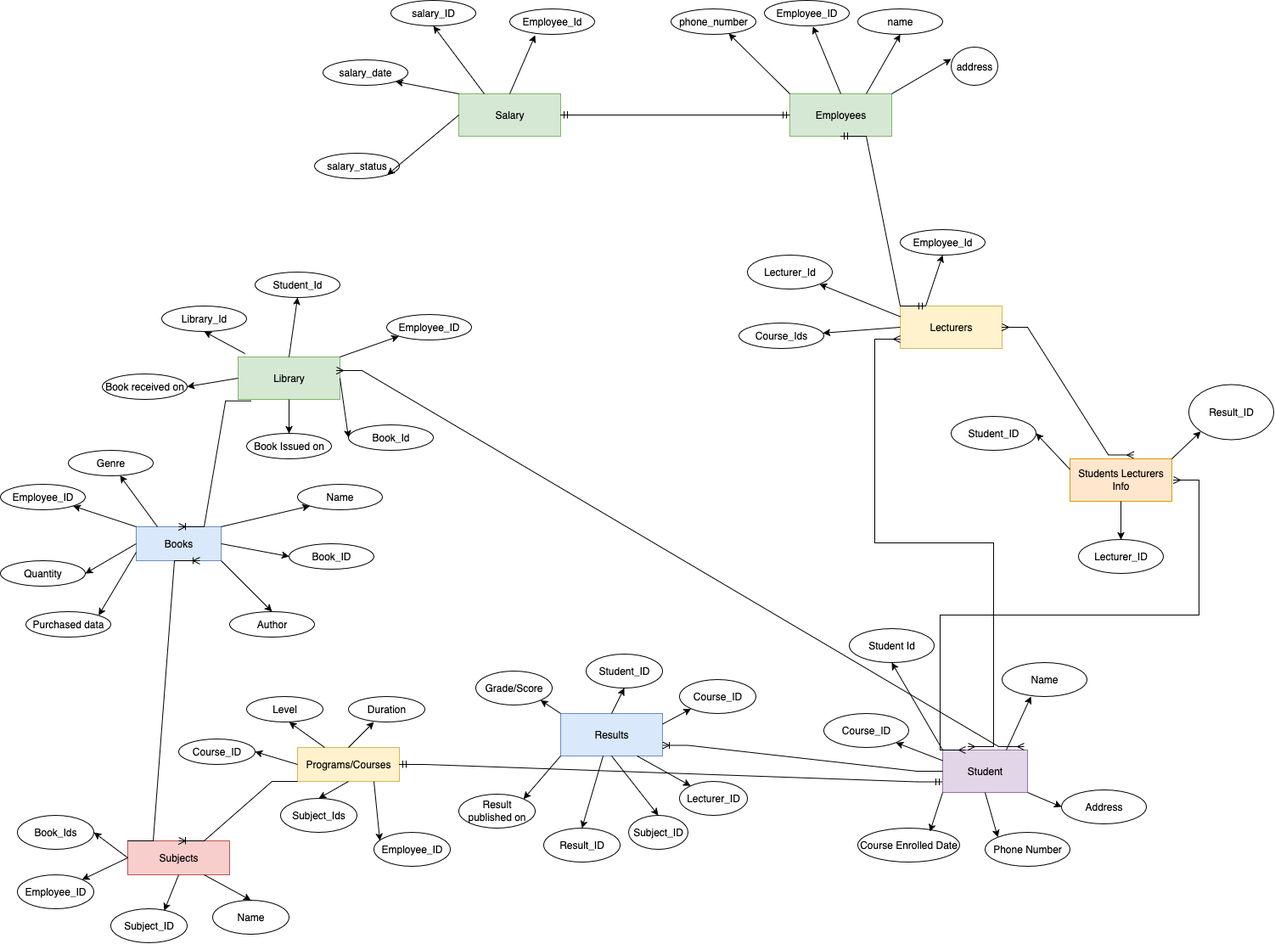
Before: Week-3-Assignment/College_ER_Diagram.png, a diagram exported from draw.io (DipakNeupane1/mse-assignment-dipak-neupane). Source tidied: cells renumbered, new cells last; positions are measured from the earlier drawing's top-left corner, leaving out a move shared by most shapes.
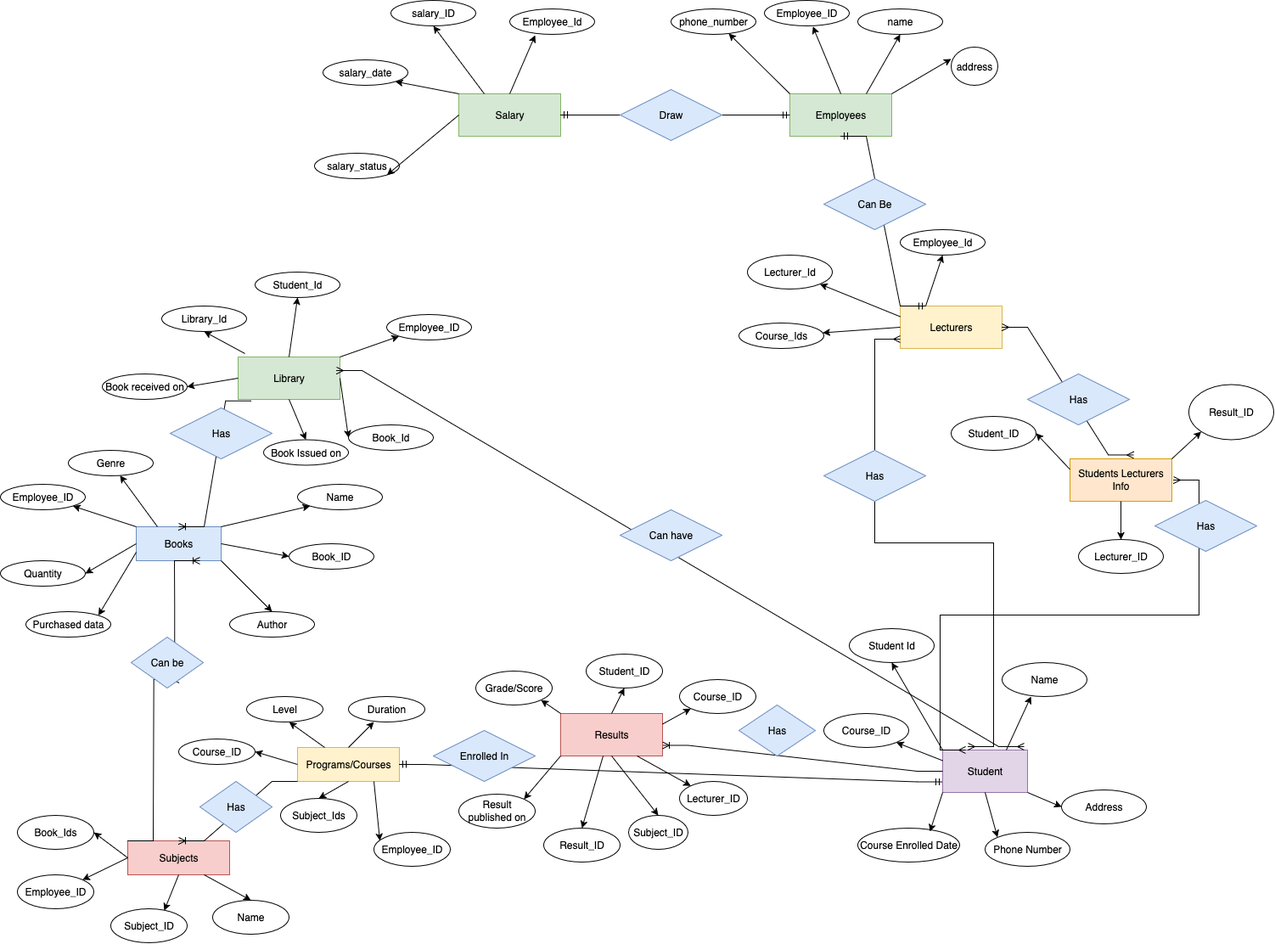
Above is the later version.

Commit message:
Action between the entities are added into ER Diagram

What changed in the source:
```diff
@@ -23,7 +23,7 @@
     <mxCell id="8" value="Salary" style="whiteSpace=wrap;html=1;fillColor=#d5e8d4;strokeColor=#82b366;" parent="1" vertex="1">
       <mxGeometry x="540" y="110" width="120" height="50" as="geometry" />
     </mxCell>
-    <mxCell id="9" value="Results" style="whiteSpace=wrap;html=1;fillColor=#dae8fc;strokeColor=#6c8ebf;" parent="1" vertex="1">
+    <mxCell id="9" value="Results" style="whiteSpace=wrap;html=1;fillColor=#f8cecc;strokeColor=#b85450;" parent="1" vertex="1">
       <mxGeometry x="660" y="840" width="120" height="50" as="geometry" />
     </mxCell>
     <mxCell id="10" value="Employee_ID" style="ellipse;whiteSpace=wrap;html=1;align=center;" parent="1" vertex="1">
@@ -99,7 +99,7 @@
       <mxGeometry relative="1" as="geometry" />
     </mxCell>
     <mxCell id="34" value="Book Issued on" style="ellipse;whiteSpace=wrap;html=1;align=center;" parent="1" vertex="1">
-      <mxGeometry x="290" y="510" width="100" height="30" as="geometry" />
+      <mxGeometry x="310" y="517.5" width="100" height="30" as="geometry" />
     </mxCell>
     <mxCell id="35" style="endArrow=classic;html=1;rounded=0;exitX=0.5;exitY=1;exitDx=0;exitDy=0;entryX=0.5;entryY=0;entryDx=0;entryDy=0;" parent="1" edge="1" source="7" target="34">
       <mxGeometry relative="1" as="geometry" />
@@ -401,7 +401,7 @@
         <mxPoint x="150" y="1010" as="sourcePoint" />
       </mxGeometry>
     </mxCell>
-    <mxCell id="119" style="edgeStyle=entityRelationEdgeStyle;fontSize=12;html=1;endArrow=ERoneToMany;rounded=0;exitX=0;exitY=0;exitDx=0;exitDy=0;entryX=0.75;entryY=1;entryDx=0;entryDy=0;" parent="1" edge="1" source="91" target="38">
+    <mxCell id="119" style="edgeStyle=entityRelationEdgeStyle;fontSize=12;html=1;endArrow=ERoneToMany;rounded=0;exitX=0;exitY=0;exitDx=0;exitDy=0;entryX=0.75;entryY=1;entryDx=0;entryDy=0;" parent="1" edge="1" source="131" target="38">
       <mxGeometry relative="1" as="geometry" />
     </mxCell>
     <mxCell id="120" style="edgeStyle=entityRelationEdgeStyle;fontSize=12;html=1;endArrow=ERmany;startArrow=ERmany;rounded=0;entryX=1;entryY=0;entryDx=0;entryDy=0;" parent="1" edge="1">
@@ -410,5 +410,41 @@
         <mxPoint x="1206" y="879" as="targetPoint" />
       </mxGeometry>
     </mxCell>
+    <mxCell id="121" value="Draw" style="shape=rhombus;perimeter=rhombusPerimeter;whiteSpace=wrap;html=1;align=center;fillColor=#dae8fc;strokeColor=#6c8ebf;" parent="1" vertex="1">
+      <mxGeometry x="730" y="105" width="120" height="60" as="geometry" />
+    </mxCell>
+    <mxCell id="122" value="Can Be" style="shape=rhombus;perimeter=rhombusPerimeter;whiteSpace=wrap;html=1;align=center;fillColor=#dae8fc;strokeColor=#6c8ebf;" parent="1" vertex="1">
+      <mxGeometry x="970" y="210" width="120" height="60" as="geometry" />
+    </mxCell>
+    <mxCell id="123" value="Has" style="shape=rhombus;perimeter=rhombusPerimeter;whiteSpace=wrap;html=1;align=center;fillColor=#dae8fc;strokeColor=#6c8ebf;" parent="1" vertex="1">
+      <mxGeometry x="970" y="530" width="120" height="60" as="geometry" />
+    </mxCell>
+    <mxCell id="124" value="Has" style="shape=rhombus;perimeter=rhombusPerimeter;whiteSpace=wrap;html=1;align=center;fillColor=#dae8fc;strokeColor=#6c8ebf;" parent="1" vertex="1">
+      <mxGeometry x="1360" y="589" width="120" height="60" as="geometry" />
+    </mxCell>
+    <mxCell id="125" value="Has" style="shape=rhombus;perimeter=rhombusPerimeter;whiteSpace=wrap;html=1;align=center;fillColor=#dae8fc;strokeColor=#6c8ebf;" parent="1" vertex="1">
+      <mxGeometry x="1210" y="440" width="120" height="60" as="geometry" />
+    </mxCell>
+    <mxCell id="126" value="Can have" style="shape=rhombus;perimeter=rhombusPerimeter;whiteSpace=wrap;html=1;align=center;fillColor=#dae8fc;strokeColor=#6c8ebf;" parent="1" vertex="1">
+      <mxGeometry x="730" y="600" width="120" height="60" as="geometry" />
+    </mxCell>
+    <mxCell id="127" value="Has" style="shape=rhombus;perimeter=rhombusPerimeter;whiteSpace=wrap;html=1;align=center;fillColor=#dae8fc;strokeColor=#6c8ebf;" parent="1" vertex="1">
+      <mxGeometry x="870" y="830" width="90" height="60" as="geometry" />
+    </mxCell>
+    <mxCell id="128" value="Enrolled In" style="shape=rhombus;perimeter=rhombusPerimeter;whiteSpace=wrap;html=1;align=center;fillColor=#dae8fc;strokeColor=#6c8ebf;" parent="1" vertex="1">
+      <mxGeometry x="510" y="860" width="120" height="60" as="geometry" />
+    </mxCell>
+    <mxCell id="129" value="Has" style="shape=rhombus;perimeter=rhombusPerimeter;whiteSpace=wrap;html=1;align=center;fillColor=#dae8fc;strokeColor=#6c8ebf;" parent="1" vertex="1">
+      <mxGeometry x="235" y="920" width="85" height="60" as="geometry" />
+    </mxCell>
+    <mxCell id="130" style="edgeStyle=entityRelationEdgeStyle;fontSize=12;html=1;endArrow=ERoneToMany;rounded=0;exitX=0;exitY=0;exitDx=0;exitDy=0;entryX=0.75;entryY=1;entryDx=0;entryDy=0;" parent="1" edge="1" source="91" target="131">
+      <mxGeometry relative="1" as="geometry" />
+    </mxCell>
+    <mxCell id="131" value="Can be" style="shape=rhombus;perimeter=rhombusPerimeter;whiteSpace=wrap;html=1;align=center;fillColor=#dae8fc;strokeColor=#6c8ebf;" parent="1" vertex="1">
+      <mxGeometry x="154" y="750" width="85" height="60" as="geometry" />
+    </mxCell>
+    <mxCell id="132" value="Has" style="shape=rhombus;perimeter=rhombusPerimeter;whiteSpace=wrap;html=1;align=center;fillColor=#dae8fc;strokeColor=#6c8ebf;" parent="1" vertex="1">
+      <mxGeometry x="200" y="480" width="120" height="60" as="geometry" />
+    </mxCell>
   </root>
 </mxGraphModel>
```
